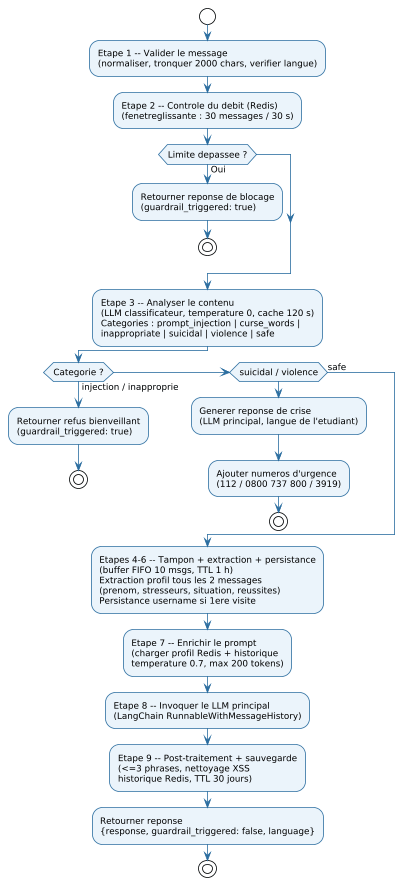
This is diagramme/08_activite_emotionnel.png from RedFalcon22/Rapport_ISTIC_2025_2026_v2, a PlantUML export, as it was before one commit.
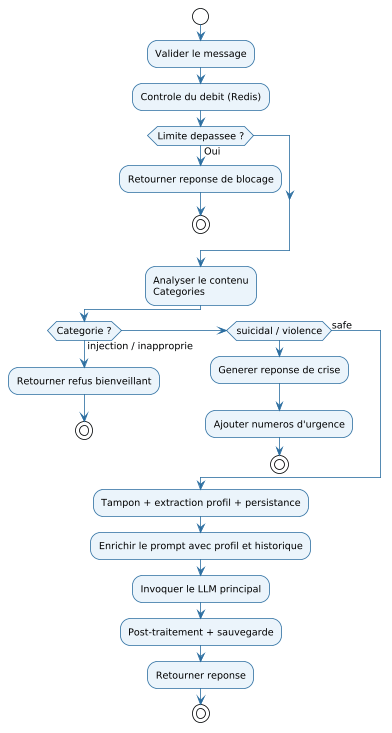
Above is the later version.

Change to the diagram source:
```diff
@@ -7,40 +7,40 @@
 skinparam diamondBorderColor #E65100
 skinparam diamondBackgroundColor #FFF3E0
 skinparam defaultFontName Arial
-skinparam defaultFontSize 11
+skinparam defaultFontSize 12
 
 start
 
-:Etape 1 -- Valider le message\n(normaliser, tronquer 2000 chars, verifier langue);
+:Valider le message;
 
-:Etape 2 -- Controle du debit (Redis)\n(fenetreglissante : 30 messages / 30 s);
+:Controle du debit (Redis);
 
 if (Limite depassee ?) then (Oui)
-  :Retourner reponse de blocage\n(guardrail_triggered: true);
+  :Retourner reponse de blocage;
   stop
 endif
 
-:Etape 3 -- Analyser le contenu\n(LLM classificateur, temperature 0, cache 120 s)\nCategories : prompt_injection | curse_words |\ninappropriate | suicidal | violence | safe;
+:Analyser le contenu\nCategories;
 
 if (Categorie ?) then (injection / inapproprie)
-  :Retourner refus bienveillant\n(guardrail_triggered: true);
+  :Retourner refus bienveillant;
   stop
 else if (suicidal / violence) then
-  :Generer reponse de crise\n(LLM principal, langue de l'etudiant);
-  :Ajouter numeros d'urgence\n(112 / 0800 737 800 / 3919);
+  :Generer reponse de crise;
+  :Ajouter numeros d'urgence;
   stop
 else (safe)
 endif
 
-:Etapes 4-6 -- Tampon + extraction + persistance\n(buffer FIFO 10 msgs, TTL 1 h)\nExtraction profil tous les 2 messages\n(prenom, stresseurs, situation, reussites)\nPersistance username si 1ere visite;
+:Tampon + extraction profil + persistance;
 
-:Etape 7 -- Enrichir le prompt\n(charger profil Redis + historique\ntemperature 0.7, max 200 tokens);
+:Enrichir le prompt avec profil et historique;
 
-:Etape 8 -- Invoquer le LLM principal\n(LangChain RunnableWithMessageHistory);
+:Invoquer le LLM principal;
 
-:Etape 9 -- Post-traitement + sauvegarde\n(<=3 phrases, nettoyage XSS\nhistorique Redis, TTL 30 jours);
+:Post-traitement + sauvegarde;
 
-:Retourner reponse\n{response, guardrail_triggered: false, language};
+:Retourner reponse;
 
 stop
 @enduml
```
